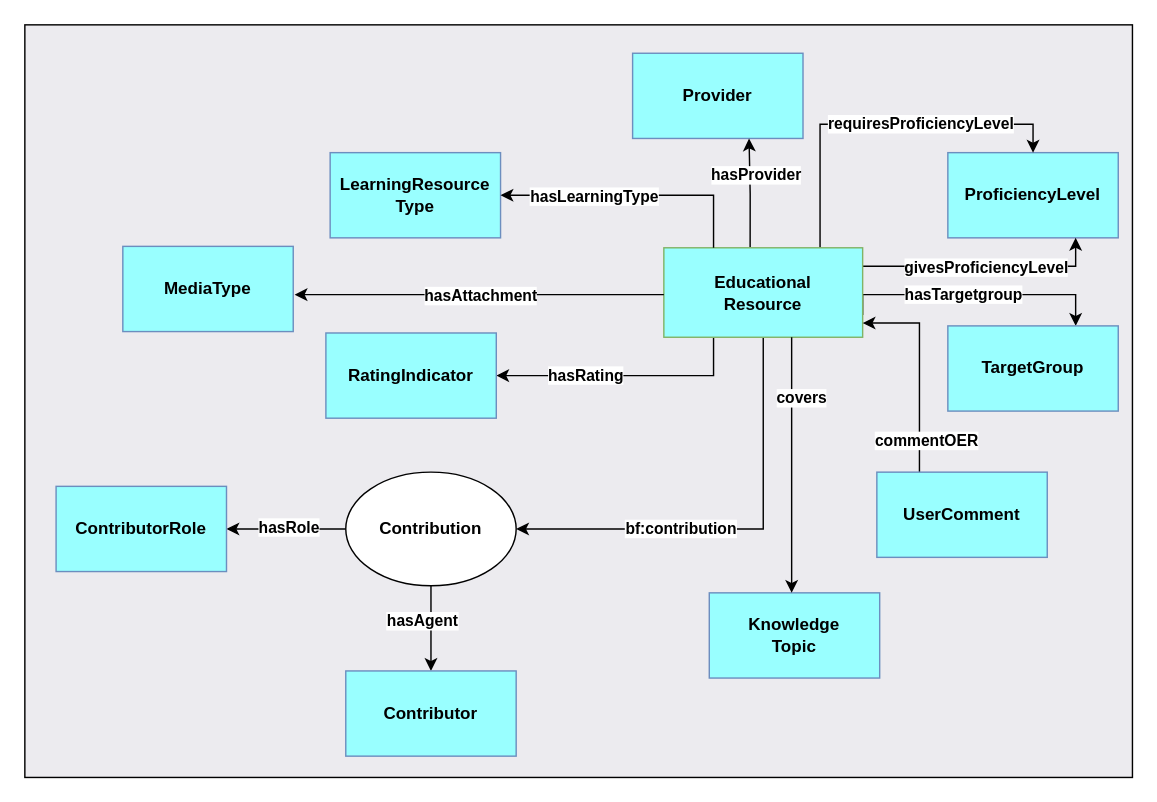
Above: visualisations/EducationalResourcePattern_CD.drawio in data-literacy-alliance/dalia-ontology (draw.io), before the change. Source tidied: cells renumbered, new cells numbered last; positions are measured from the earlier drawing's top-left corner, leaving out a move shared by most shapes. Both pictures are drawn from the tidied source at 142%, with x=0, y=0 at pixel (24, 24).
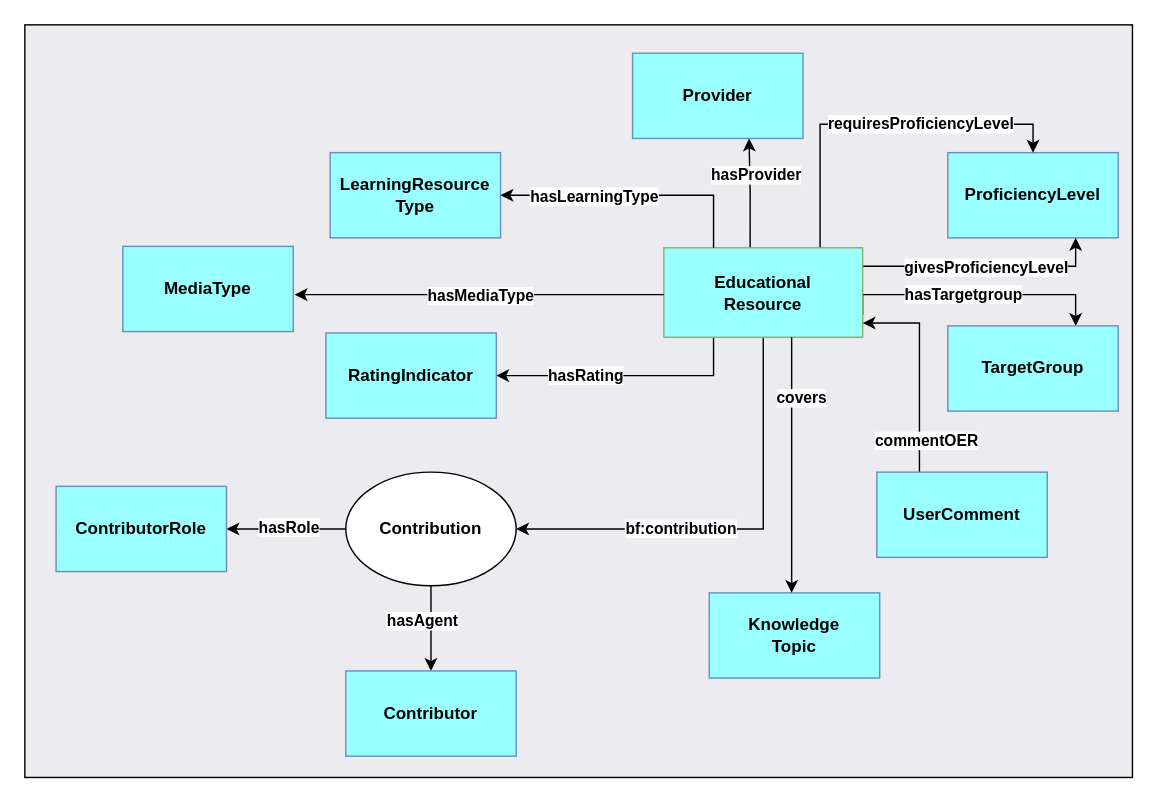
Above is the later version.

The change refers to these unchanged cells:
```xml
<mxCell id="18" style="endArrow=classic;html=1;rounded=0;elbow=vertical;edgeStyle=orthogonalEdgeStyle;" parent="1" edge="1">
  <mxGeometry relative="1" as="geometry">
    <mxPoint x="450" y="190" as="sourcePoint" />
    <mxPoint x="190" y="190" as="targetPoint" />
    <Array as="points">
      <mxPoint x="450" y="190" />
      <mxPoint x="130" y="190" />
    </Array>
  </mxGeometry>
</mxCell>
```

The edit, as a diff of the source:
```diff
@@
-    <mxCell id="19" value="&lt;span&gt;hasAttachment&lt;/span&gt;" style="edgeLabel;html=1;align=center;verticalAlign=middle;fontStyle=1;" parent="18" vertex="1">
+    <mxCell id="19" value="&lt;span&gt;hasMediaType&lt;/span&gt;" style="edgeLabel;html=1;align=center;verticalAlign=middle;fontStyle=1;" parent="18" vertex="1">
       <mxGeometry relative="1" as="geometry" />
     </mxCell>
```
